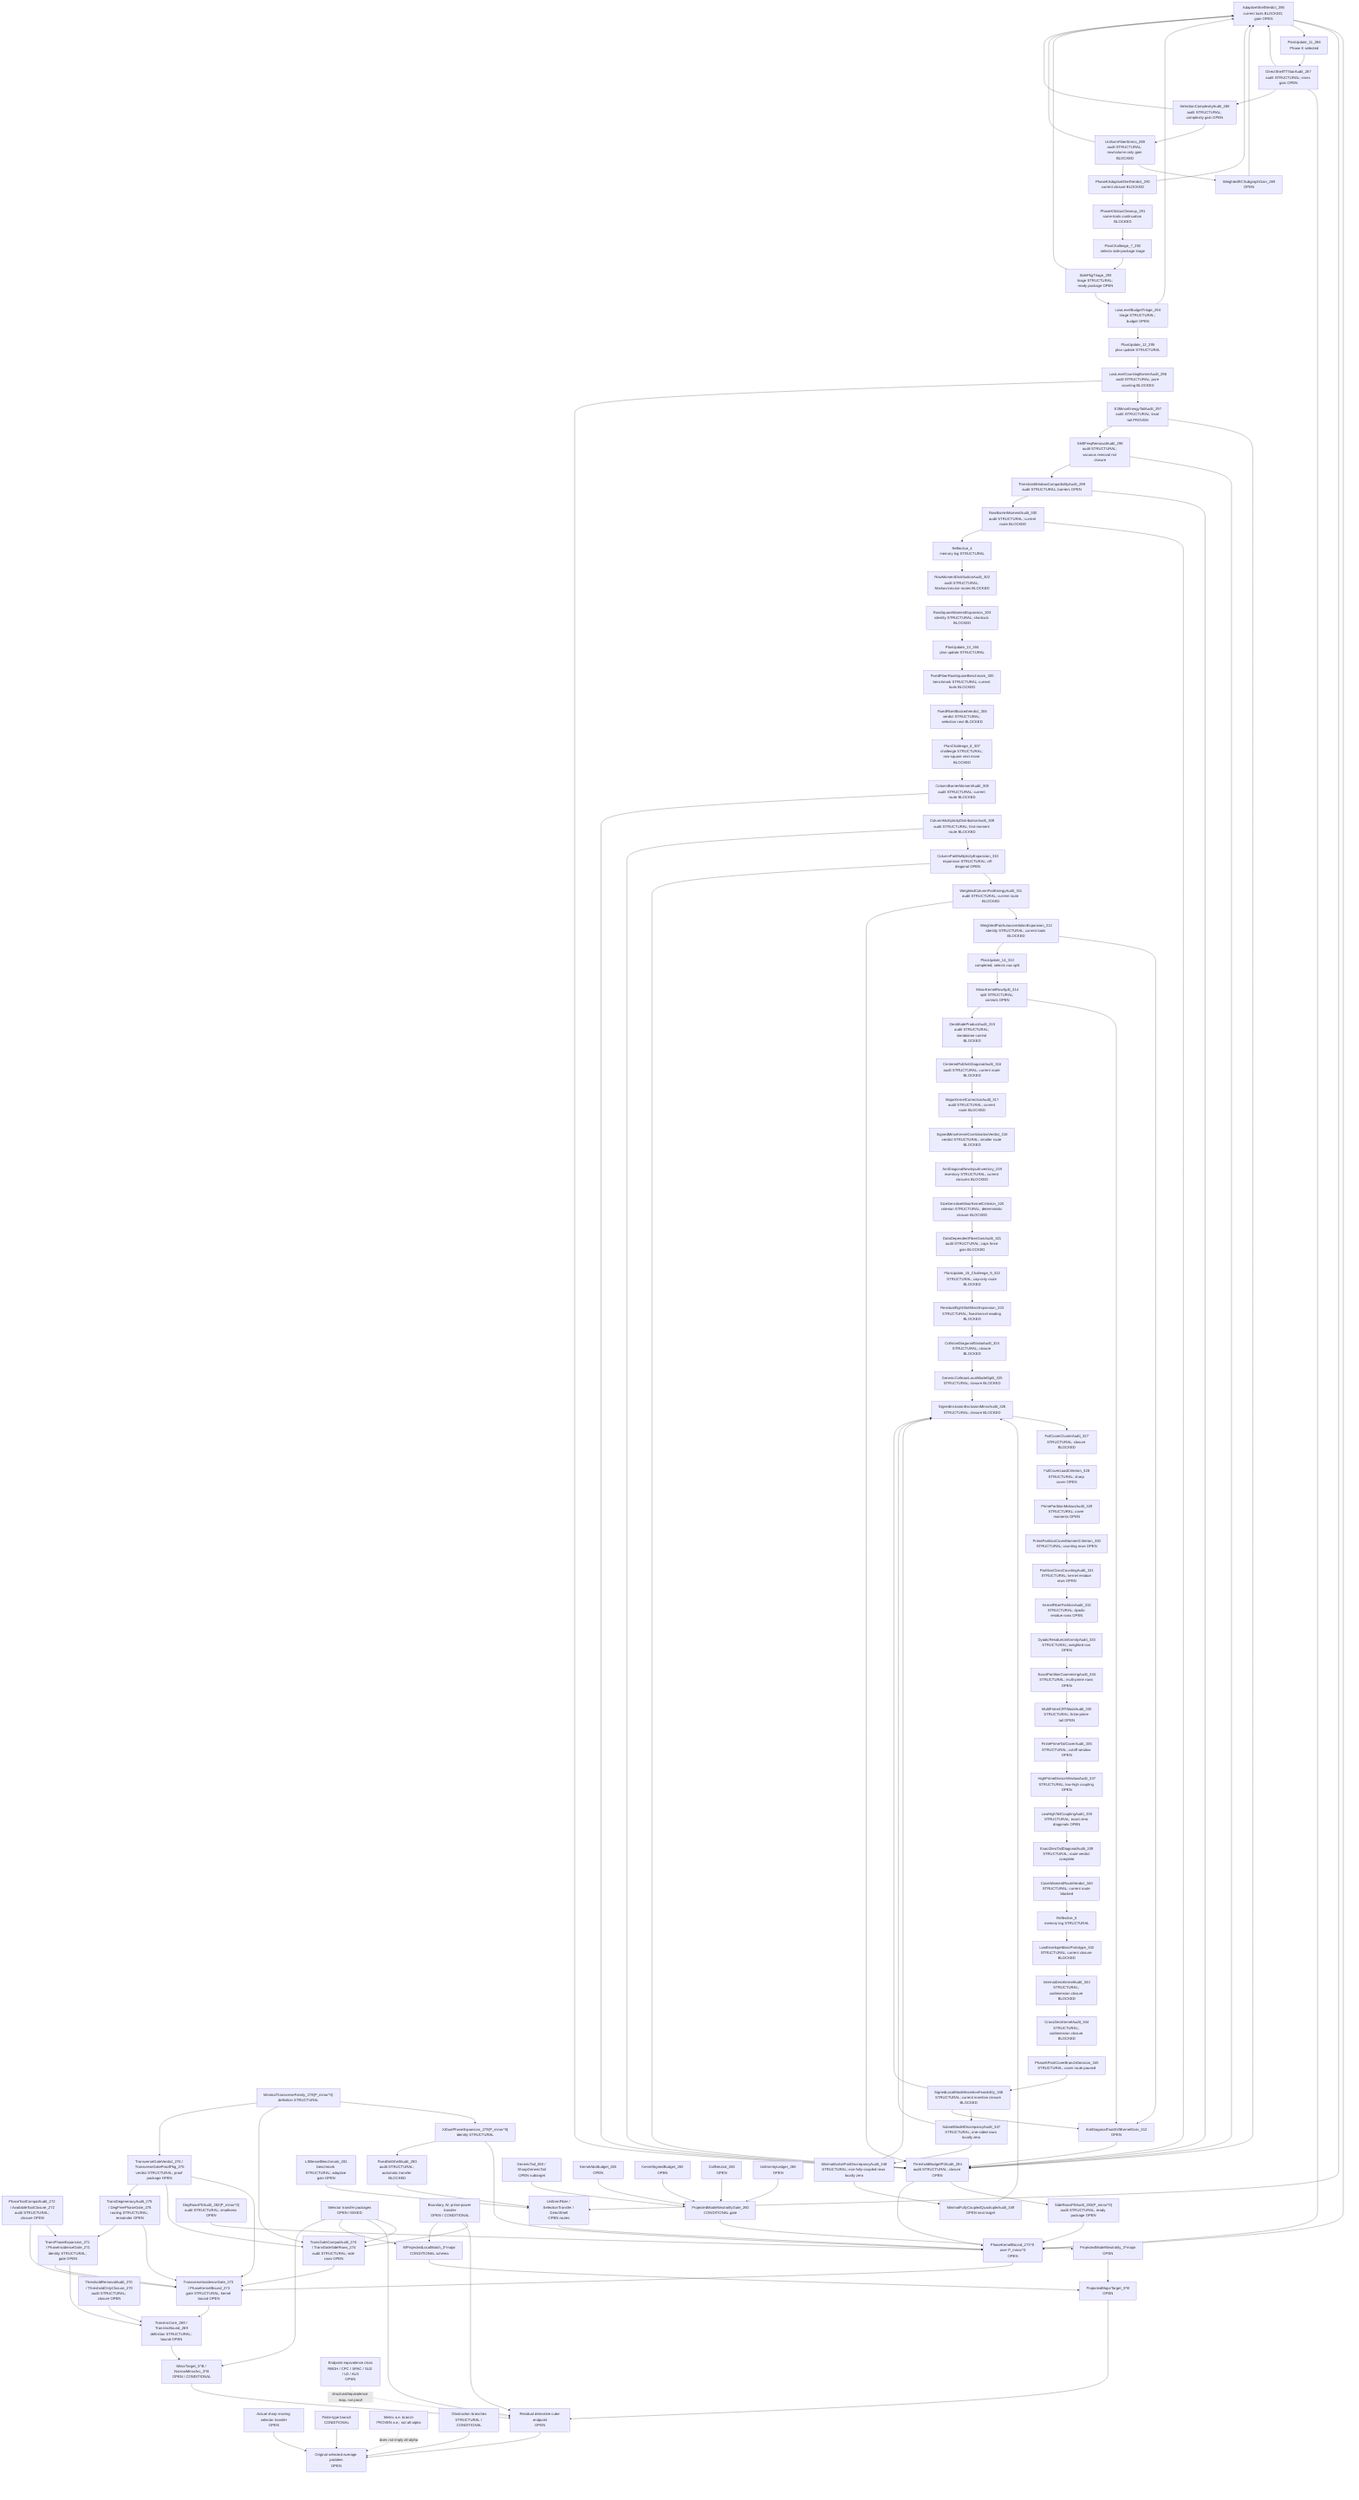
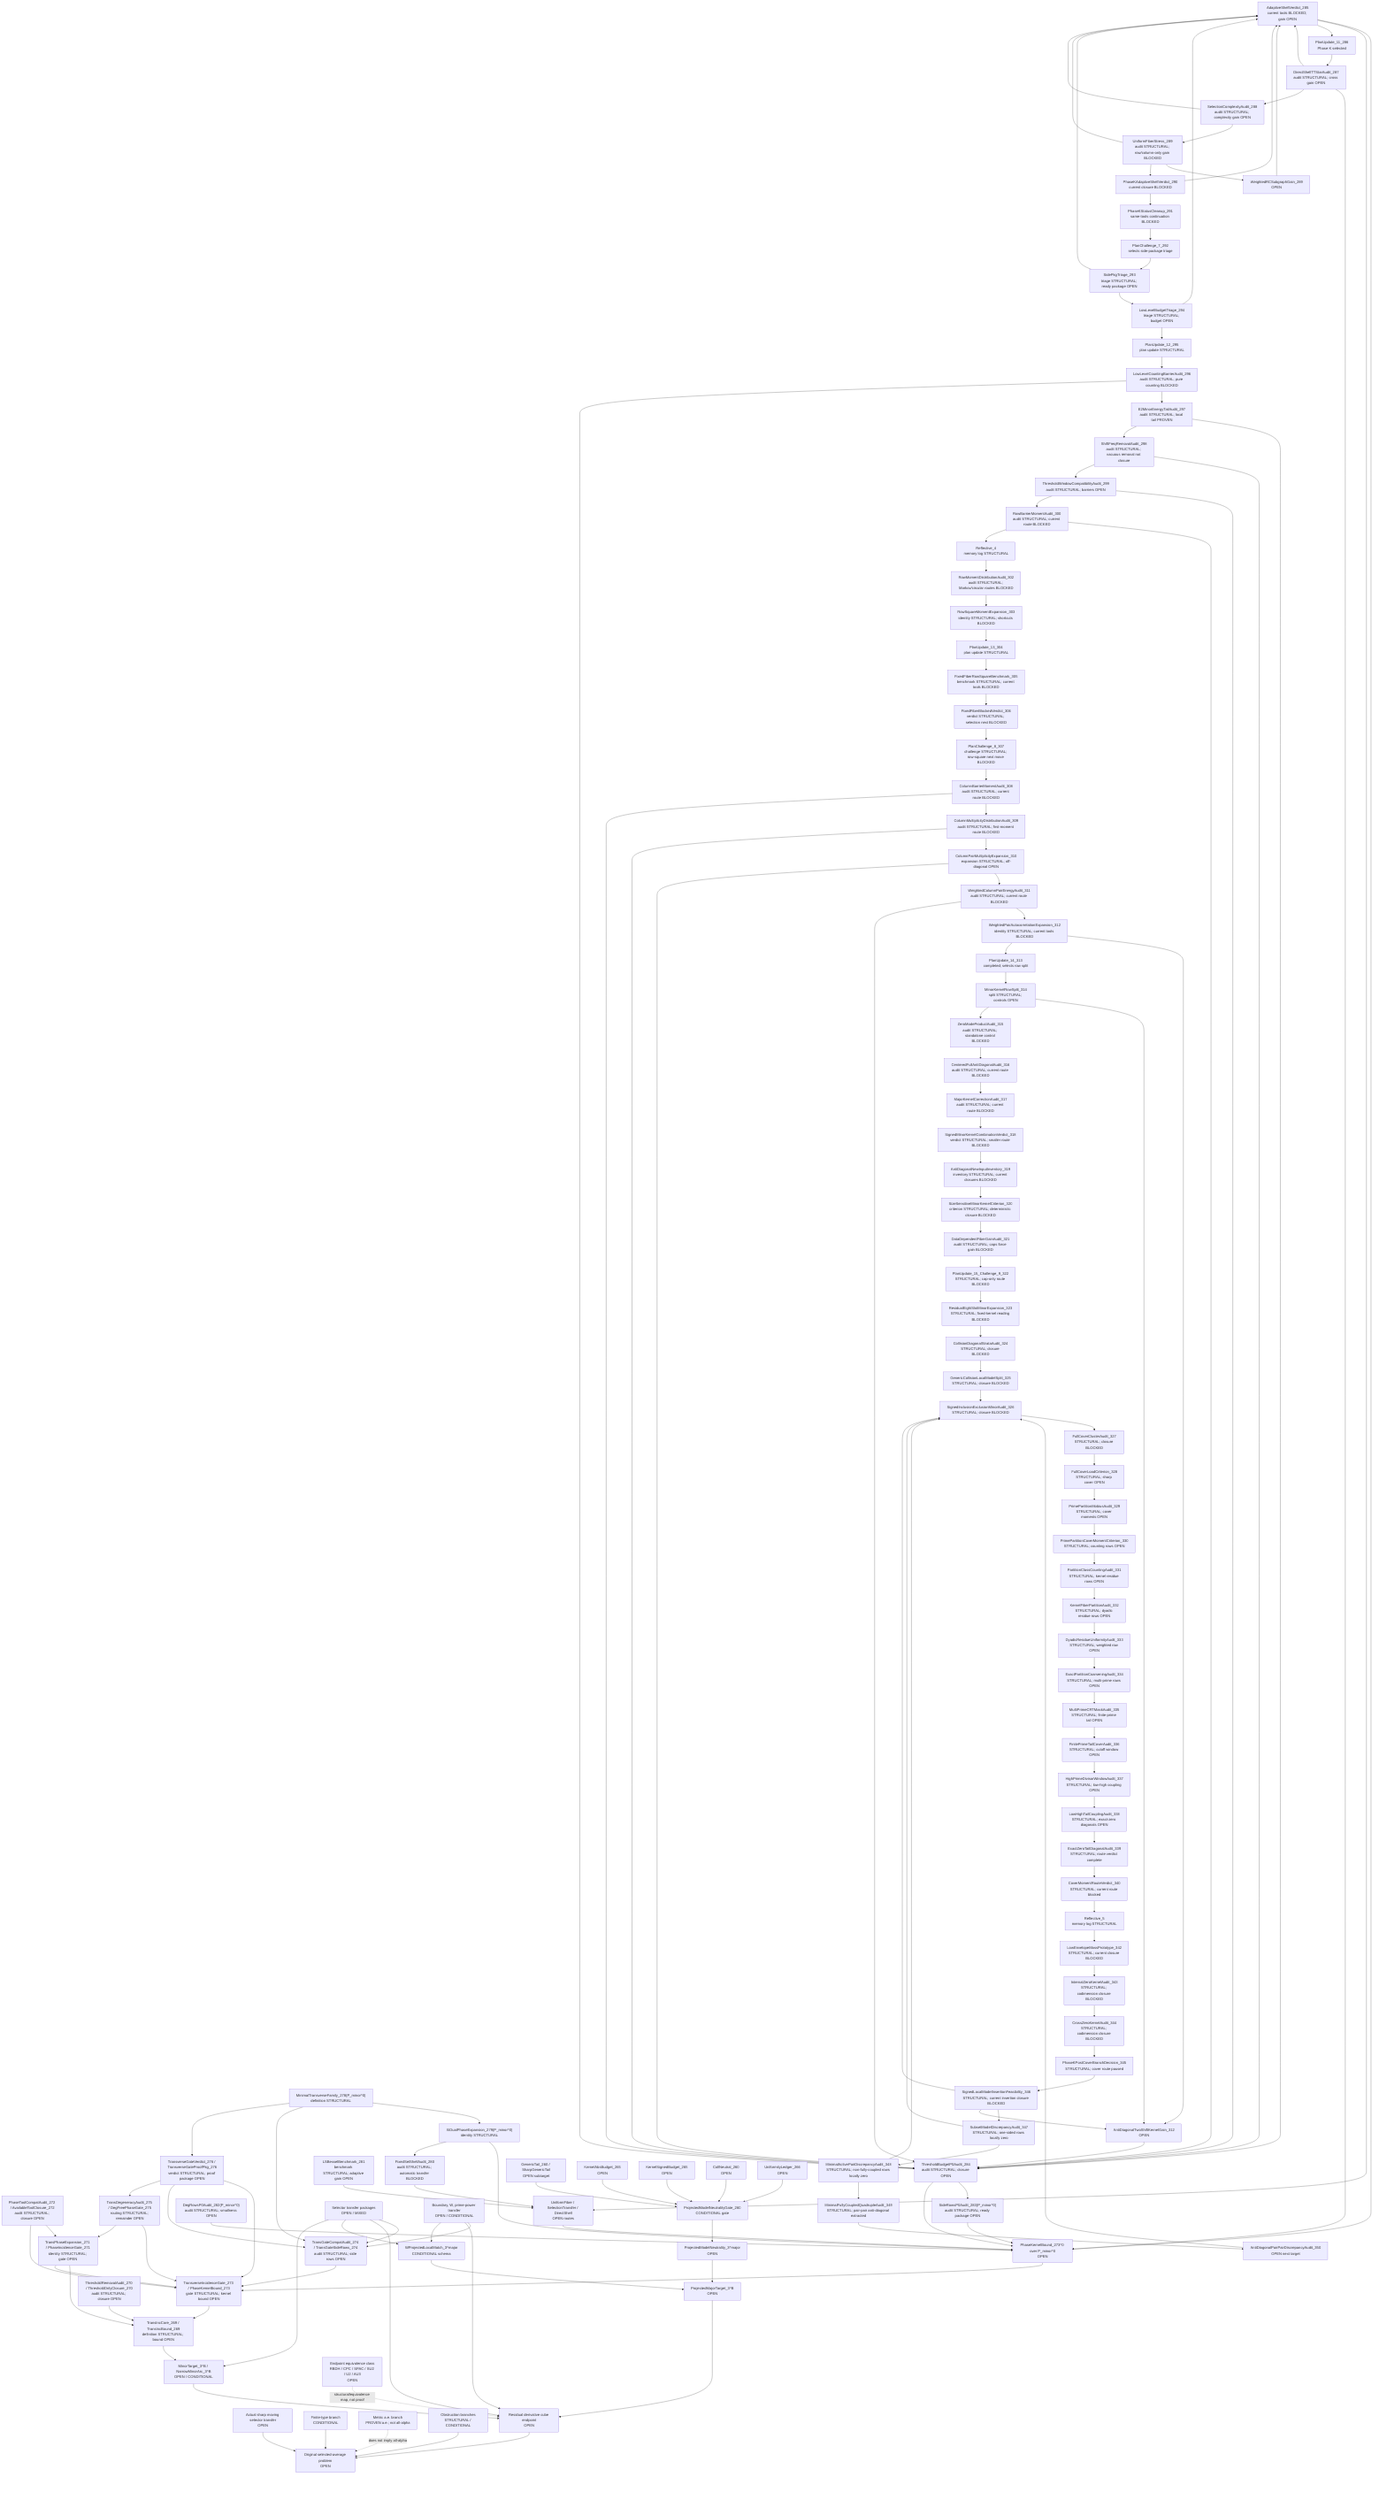
flowchart TD
  Original["Original selected-average problem<br/>OPEN"]
  SharpSel["Actual sharp moving selector transfer<br/>OPEN"]
  FiniteType["Finite-type branch<br/>CONDITIONAL"]
  Metric["Metric a.e. branch<br/>PROVEN a.e.; not all-alpha"]
  Obstruction["Obstruction branches<br/>STRUCTURAL / CONDITIONAL"]

  ResCube["Residual derivative cube endpoint<br/>OPEN"]
  MajorTarget["ProjectedMajorTarget_3^B<br/>OPEN"]
  MinorTarget["MinorTarget_3^B / NarrowMinorArc_3^B<br/>OPEN / CONDITIONAL"]
  TransInc["TransIncCore_269 / TransIncBound_269<br/>definition STRUCTURAL; bound OPEN"]
  ThresholdAudit["ThresholdRemovalAudit_270 / ThresholdOnlyClosure_270<br/>audit STRUCTURAL; closure OPEN"]
  PhaseExpansion["TransPhaseExpansion_271 / PhaseIncidenceGate_271<br/>identity STRUCTURAL; gate OPEN"]
  ToolCompat["PhaseToolCompatAudit_272 / AvailableToolClosure_272<br/>audit STRUCTURAL; closure OPEN"]
  TransGate["TransverseIncidenceGate_273 / PhaseKernelBound_273<br/>gate STRUCTURAL; kernel bound OPEN"]
  TransGateCompat["TransGateCompatAudit_274 / TransGateSideRows_274<br/>audit STRUCTURAL; side rows OPEN"]
  DegAudit["TransDegeneracyAudit_275 / DegFreePhaseGate_275<br/>routing STRUCTURAL; remainder OPEN"]
  TransVerdict["TransverseGateVerdict_276 / TransverseGateProofPkg_276<br/>verdict STRUCTURAL; proof package OPEN"]
  MinTransFamily["MinimalTransverseFamily_278(P_minor^0)<br/>definition STRUCTURAL"]
  XiExpansion["XiDualPhaseExpansion_279(P_minor^0)<br/>identity STRUCTURAL"]
  FixedShellAudit["FixedSetShellAudit_280<br/>audit STRUCTURAL; automatic transfer BLOCKED"]
  FixedShellTransfer["UniformFiber / SelectionTransfer / DirectShell<br/>OPEN routes"]
  LSBesselBench["LSBesselBenchmark_281<br/>benchmark STRUCTURAL; adaptive gain OPEN"]
  DegRowsP0["DegRowsP0Audit_282(P_minor^0)<br/>audit STRUCTURAL; smallness OPEN"]
  SideRowsP0["SideRowsP0Audit_283(P_minor^0)<br/>audit STRUCTURAL; ready package OPEN"]
  ThresholdP0["ThresholdBudgetP0Audit_284<br/>audit STRUCTURAL; closure OPEN"]
  AdaptiveShellP0["AdaptiveShellVerdict_285<br/>current tools BLOCKED; gain OPEN"]
  PlanUpdate11["PlanUpdate_11_286<br/>Phase K selected"]
  DirectTTStar["DirectShellTTStarAudit_287<br/>audit STRUCTURAL; cross gain OPEN"]
  SelectionComplexity["SelectionComplexityAudit_288<br/>audit STRUCTURAL; complexity gain OPEN"]
  UniformFiberStress["UniformFiberStress_289<br/>audit STRUCTURAL; row/column-only gain BLOCKED"]
  WeightedRCSubgraph["WeightedRCSubgraphGain_289<br/>OPEN"]
  AdaptiveVerdict290["PhaseKAdaptiveShellVerdict_290<br/>current closure BLOCKED"]
  PhaseKCleanup291["PhaseKStatusCleanup_291<br/>same-tools continuation BLOCKED"]
  PlanChallenge7["PlanChallenge_7_292<br/>selects side-package triage"]
  SidePkgTriage293["SidePkgTriage_293<br/>triage STRUCTURAL; ready package OPEN"]
  LowLevelTriage294["LowLevelBudgetTriage_294<br/>triage STRUCTURAL; budget OPEN"]
  PlanUpdate12["PlanUpdate_12_295<br/>plan update STRUCTURAL"]
  LowLevelBarrier296["LowLevelCountingBarrierAudit_296<br/>audit STRUCTURAL; pure counting BLOCKED"]
  E2Tail297["E2MinorEnergyTailAudit_297<br/>audit STRUCTURAL; local tail PROVEN"]
  ShiftFreq298["ShiftFreqRemovalAudit_298<br/>audit STRUCTURAL; vacuous removal not closure"]
  ThresholdWindow299["ThresholdWindowCompatibilityAudit_299<br/>audit STRUCTURAL; barriers OPEN"]
  RowBarrier300["RowBarrierMomentAudit_300<br/>audit STRUCTURAL; current route BLOCKED"]
  Reflective4["Reflective_4<br/>memory log STRUCTURAL"]
  RowMoment302["RowMomentDistributionAudit_302<br/>audit STRUCTURAL; Markov/circular routes BLOCKED"]
  RowSquare303["RowSquareMomentExpansion_303<br/>identity STRUCTURAL; shortcuts BLOCKED"]
  PlanUpdate13["PlanUpdate_13_304<br/>plan update STRUCTURAL"]
  FixedFiber305["FixedFiberRowSquareBenchmark_305<br/>benchmark STRUCTURAL; current tools BLOCKED"]
  FixedFiber306["FixedFiberBlockedVerdict_306<br/>verdict STRUCTURAL; selection next BLOCKED"]
  PlanChallenge8["PlanChallenge_8_307<br/>challenge STRUCTURAL; row-square next move BLOCKED"]
  ColumnBarrier308["ColumnBarrierMomentAudit_308<br/>audit STRUCTURAL; current route BLOCKED"]
  ColumnDist309["ColumnMultiplicityDistributionAudit_309<br/>audit STRUCTURAL; first-moment route BLOCKED"]
  ColumnPair310["ColumnPairMultiplicityExpansion_310<br/>expansion STRUCTURAL; off-diagonal OPEN"]
  WPair311["WeightedColumnPairEnergyAudit_311<br/>audit STRUCTURAL; current route BLOCKED"]
  AutoCorr312["WeightedPairAutocorrelationExpansion_312<br/>identity STRUCTURAL; current tools BLOCKED"]
  AntiDiag312["AntiDiagonalTwoShiftKernelGain_312<br/>OPEN"]
  PlanUpdate14["PlanUpdate_14_313<br/>completed; selects row split"]
  MinorKernel314["MinorKernelRowSplit_314<br/>split STRUCTURAL; controls OPEN"]
  ZeroAudit315["ZeroModeProductAudit_315<br/>audit STRUCTURAL; standalone control BLOCKED"]
  CenteredFull316["CenteredFullAntiDiagonalAudit_316<br/>audit STRUCTURAL; current route BLOCKED"]
  MajorCorr317["MajorKernelCorrectionAudit_317<br/>audit STRUCTURAL; current route BLOCKED"]
  SignedVerdict318["SignedMinorKernelCombinationVerdict_318<br/>verdict STRUCTURAL; smaller route BLOCKED"]
  NewInput319["AntiDiagonalNewInputInventory_319<br/>inventory STRUCTURAL; current closures BLOCKED"]
  SizeSensitive320["SizeSensitiveMinorKernelCriterion_320<br/>criterion STRUCTURAL; deterministic closure BLOCKED"]
  FiberGain321["DataDependentFiberGainAudit_321<br/>audit STRUCTURAL; caps force gain BLOCKED"]
  Plan322["PlanUpdate_15_Challenge_9_322<br/>STRUCTURAL; cap-only route BLOCKED"]
  ResidualEight323["ResidualEightSlotMinorExpansion_323<br/>STRUCTURAL; fixed-kernel reading BLOCKED"]
  Collision324["CollisionDiagonalStrataAudit_324<br/>STRUCTURAL; closure BLOCKED"]
  GenericSplit325["GenericCollisionLocalModelSplit_325<br/>STRUCTURAL; closure BLOCKED"]
  SignedIE326["SignedInclusionExclusionMinorAudit_326<br/>STRUCTURAL; closure BLOCKED"]
  FullCover327["FullCoverClusterAudit_327<br/>STRUCTURAL; closure BLOCKED"]
  CoverLoad328["FullCoverLoadCriterion_328<br/>STRUCTURAL; sharp cover OPEN"]
  PrimeMobius329["PrimePartitionMobiusAudit_329<br/>STRUCTURAL; cover moments OPEN"]
  CoverMoment330["PrimePartitionCoverMomentCriterion_330<br/>STRUCTURAL; counting rows OPEN"]
  PartitionCount331["PartitionClassCountingAudit_331<br/>STRUCTURAL; kernel residue rows OPEN"]
  KernelFiber332["KernelFiberPartitionAudit_332<br/>STRUCTURAL; dyadic residue rows OPEN"]
  Dyadic333["DyadicResidueUniformityAudit_333<br/>STRUCTURAL; weighted row OPEN"]
  Coarsening334["ExactPartitionCoarseningAudit_334<br/>STRUCTURAL; multi-prime rows OPEN"]
  CRTMask335["MultiPrimeCRTMaskAudit_335<br/>STRUCTURAL; finite-prime tail OPEN"]
  Tail336["FinitePrimeTailCoverAudit_336<br/>STRUCTURAL; cutoff window OPEN"]
  DivWindow337["HighPrimeDivisorWindowAudit_337<br/>STRUCTURAL; low-high coupling OPEN"]
  LowHigh338["LowHighTailCouplingAudit_338<br/>STRUCTURAL; exact-zero diagonals OPEN"]
  ExactZero339["ExactZeroTailDiagonalAudit_339<br/>STRUCTURAL; route verdict complete"]
  CoverVerdict340["CoverMomentRouteVerdict_340<br/>STRUCTURAL; current route blocked"]
  Reflective5["Reflective_5<br/>memory log STRUCTURAL"]
  LowEnvelope342["LowEnvelopeMassPrototype_342<br/>STRUCTURAL; current closure BLOCKED"]
  InternalZero343["InternalZeroKernelAudit_343<br/>STRUCTURAL; codimension closure BLOCKED"]
  CrossZero344["CrossZeroKernelAudit_344<br/>STRUCTURAL; codimension closure BLOCKED"]
  PhaseDecision345["PhaseKPostCoverBranchDecision_345<br/>STRUCTURAL; cover route paused"]
  SignedInsertion346["SignedLocalModelInsertionFeasibility_346<br/>STRUCTURAL; current insertion closure BLOCKED"]
  SubsetDiscrep347["SubsetModelDiscrepancyAudit_347<br/>STRUCTURAL; one-sided rows locally zero"]
  MinPair348["MinimalActivePairDiscrepancyAudit_348<br/>STRUCTURAL; non-fully-coupled rows locally zero"]
-   MinQuad349["MinimalFullyCoupledQuadrupleAudit_349<br/>OPEN next target"]
+   MinQuad349["MinimalFullyCoupledQuadrupleAudit_349<br/>STRUCTURAL; pair-pair anti-diagonal extracted"]
+   PairPair350["AntiDiagonalPairPairDiscrepancyAudit_350<br/>OPEN next target"]
  PhaseKernel0["PhaseKernelBound_273^0 over P_minor^0<br/>OPEN"]
  SelectorTransfer["Selector transfer packages<br/>OPEN / MIXED"]
  BoundaryTransfer["Boundary, W, prime-power transfer<br/>OPEN / CONDITIONAL"]

  WLocal["WProjectedLocalMatch_3^major<br/>CONDITIONAL schema"]
  ModelNeutral["ProjectedModelNeutrality_3^major<br/>OPEN"]
  PMNGate["ProjectedModelNeutralityGate_260<br/>CONDITIONAL gate"]
  GenericTail["GenericTail_260 / SharpGenericTail<br/>OPEN subtarget"]
  KernelAbs["KernelAbsBudget_265<br/>OPEN"]
  KernelSigned["KernelSignedBudget_265<br/>OPEN"]
  CollNeutral["CollNeutral_260<br/>OPEN"]
  Uniformity["UniformityLedger_266<br/>OPEN"]

  EndpointClass["Endpoint equivalence class<br/>RBDH / CPC / SPAC / SU2 / U2 / AU3<br/>OPEN"]

  SharpSel --> Original
  FiniteType --> Original
  Obstruction --> Original
  ResCube --> Original
  Metric -. "does not imply all-alpha" .-> Original

  MajorTarget --> ResCube
  MinorTarget --> ResCube
  TransInc --> MinorTarget
  ThresholdAudit --> TransInc
  PhaseExpansion --> TransInc
  ToolCompat --> PhaseExpansion
  TransGate --> TransInc
  PhaseExpansion --> TransGate
  ToolCompat --> TransGate
  TransGateCompat --> TransGate
  SelectorTransfer --> TransGateCompat
  BoundaryTransfer --> TransGateCompat
  DegAudit --> TransGate
  DegAudit --> PhaseExpansion
  TransVerdict --> TransGate
  TransVerdict --> TransGateCompat
  TransVerdict --> DegAudit
  PhaseKernel0 --> TransGate
  MinTransFamily --> XiExpansion
  XiExpansion --> PhaseKernel0
  XiExpansion --> FixedShellAudit
  FixedShellAudit --> FixedShellTransfer
  FixedShellTransfer --> PhaseKernel0
  LSBesselBench --> FixedShellTransfer
  DegRowsP0 --> PhaseKernel0
  SideRowsP0 --> PhaseKernel0
  ThresholdP0 --> SideRowsP0
  ThresholdP0 --> PhaseKernel0
  AdaptiveShellP0 --> PhaseKernel0
  AdaptiveShellP0 --> FixedShellTransfer
  AdaptiveShellP0 --> PlanUpdate11
  PlanUpdate11 --> DirectTTStar
  DirectTTStar --> AdaptiveShellP0
  DirectTTStar --> PhaseKernel0
  DirectTTStar --> SelectionComplexity
  SelectionComplexity --> UniformFiberStress
  SelectionComplexity --> AdaptiveShellP0
  UniformFiberStress --> WeightedRCSubgraph
  WeightedRCSubgraph --> AdaptiveShellP0
  UniformFiberStress --> AdaptiveVerdict290
  UniformFiberStress --> AdaptiveShellP0
  AdaptiveVerdict290 --> AdaptiveShellP0
  AdaptiveVerdict290 --> PhaseKCleanup291
  PhaseKCleanup291 --> PlanChallenge7
  PlanChallenge7 --> SidePkgTriage293
  SidePkgTriage293 --> LowLevelTriage294
  SidePkgTriage293 --> AdaptiveShellP0
  LowLevelTriage294 --> AdaptiveShellP0
  LowLevelTriage294 --> PlanUpdate12
  PlanUpdate12 --> LowLevelBarrier296
  LowLevelBarrier296 --> E2Tail297
  LowLevelBarrier296 --> ThresholdP0
  E2Tail297 --> ThresholdP0
  E2Tail297 --> ShiftFreq298
  ShiftFreq298 --> ThresholdP0
  ShiftFreq298 --> ThresholdWindow299
  ThresholdWindow299 --> ThresholdP0
  ThresholdWindow299 --> RowBarrier300
  RowBarrier300 --> ThresholdP0
  RowBarrier300 --> Reflective4
  Reflective4 --> RowMoment302
  RowMoment302 --> RowSquare303
  RowSquare303 --> PlanUpdate13
  PlanUpdate13 --> FixedFiber305
  FixedFiber305 --> FixedFiber306
  FixedFiber306 --> PlanChallenge8
  PlanChallenge8 --> ColumnBarrier308
  ColumnBarrier308 --> ColumnDist309
  ColumnDist309 --> ColumnPair310
  ColumnPair310 --> WPair311
  WPair311 --> AutoCorr312
  AutoCorr312 --> AntiDiag312
  AntiDiag312 --> ThresholdP0
  AutoCorr312 --> PlanUpdate14
  PlanUpdate14 --> MinorKernel314
  MinorKernel314 --> AntiDiag312
  MinorKernel314 --> ZeroAudit315
  ZeroAudit315 --> CenteredFull316
  CenteredFull316 --> MajorCorr317
  MajorCorr317 --> SignedVerdict318
  SignedVerdict318 --> NewInput319
  NewInput319 --> SizeSensitive320
  SizeSensitive320 --> FiberGain321
  FiberGain321 --> Plan322
  Plan322 --> ResidualEight323
  ResidualEight323 --> Collision324
  Collision324 --> GenericSplit325
  GenericSplit325 --> SignedIE326
  SignedIE326 --> FullCover327
  FullCover327 --> CoverLoad328
  CoverLoad328 --> PrimeMobius329
  PrimeMobius329 --> CoverMoment330
  CoverMoment330 --> PartitionCount331
  PartitionCount331 --> KernelFiber332
  KernelFiber332 --> Dyadic333
  Dyadic333 --> Coarsening334
  Coarsening334 --> CRTMask335
  CRTMask335 --> Tail336
  Tail336 --> DivWindow337
  DivWindow337 --> LowHigh338
  LowHigh338 --> ExactZero339
  ExactZero339 --> CoverVerdict340
  CoverVerdict340 --> Reflective5
  Reflective5 --> LowEnvelope342
  LowEnvelope342 --> InternalZero343
  InternalZero343 --> CrossZero344
  CrossZero344 --> PhaseDecision345
  PhaseDecision345 --> SignedInsertion346
  SignedInsertion346 --> SubsetDiscrep347
  SubsetDiscrep347 --> MinPair348
  MinPair348 --> MinQuad349
-   MinQuad349 --> SignedIE326
+   MinQuad349 --> PairPair350
+   PairPair350 --> SignedIE326
  MinPair348 --> SignedIE326
  SubsetDiscrep347 --> SignedIE326
  SignedInsertion346 --> SignedIE326
  SignedInsertion346 --> AntiDiag312
  WPair311 --> ThresholdP0
  ColumnPair310 --> ThresholdP0
  ColumnDist309 --> ThresholdP0
  ColumnBarrier308 --> ThresholdP0
  MinTransFamily --> TransGateCompat
  MinTransFamily --> TransVerdict
  SelectorTransfer --> ResCube
  BoundaryTransfer --> ResCube
  EndpointClass -. "structural/equivalence map, not proof" .-> ResCube

  WLocal --> MajorTarget
  ModelNeutral --> MajorTarget

  PMNGate --> ModelNeutral
  GenericTail --> PMNGate
  KernelAbs --> PMNGate
  KernelSigned --> PMNGate
  CollNeutral --> PMNGate
  Uniformity --> PMNGate

  BoundaryTransfer --> WLocal
  SelectorTransfer --> WLocal
  SelectorTransfer --> MinorTarget
